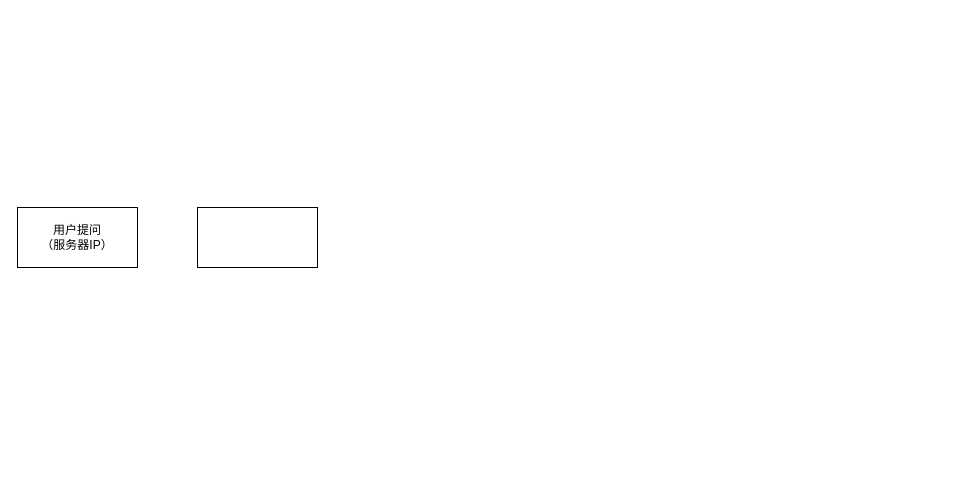
Earlier version of the draw.io diagram zabbix+dify.drawio (jacksonyi0/DockerTarBuilder). Source tidied: cells renumbered, new cells numbered last; positions are measured from the earlier drawing's top-left corner, leaving out a move shared by most shapes. Both pictures are drawn from the tidied source at 100%, with x=0, y=0 at pixel (17, 207).
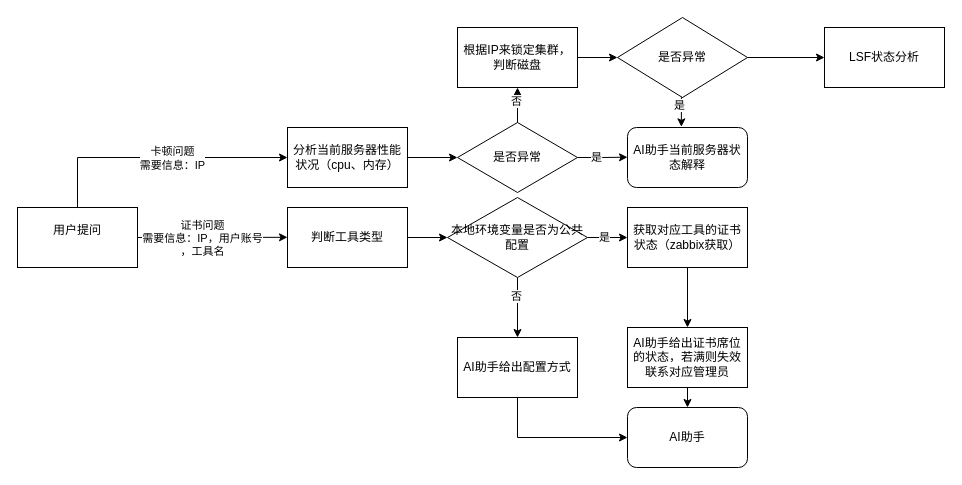
The same page after the edit.

Change to the diagram source:
```diff
@@
+    <mxCell id="4" style="edgeStyle=orthogonalEdgeStyle;rounded=0;jettySize=auto;html=1;exitX=0.5;exitY=0;exitDx=0;exitDy=0;entryX=0;entryY=0.5;entryDx=0;entryDy=0;" parent="1" edge="1" source="2" target="9">
+      <mxGeometry relative="1" as="geometry" />
+    </mxCell>
+    <mxCell id="5" value="卡顿问题&lt;div&gt;需要信息：IP&lt;/div&gt;" style="edgeLabel;html=1;align=center;verticalAlign=middle;" parent="4" vertex="1">
+      <mxGeometry x="0.11" relative="1" as="geometry" />
+    </mxCell>
+    <mxCell id="6" style="edgeStyle=orthogonalEdgeStyle;rounded=0;jettySize=auto;html=1;exitX=1;exitY=0.5;exitDx=0;exitDy=0;" parent="1" edge="1" source="2">
+      <mxGeometry relative="1" as="geometry">
+        <mxPoint x="270" y="29.8" as="targetPoint" />
+      </mxGeometry>
+    </mxCell>
+    <mxCell id="7" value="证书问题&lt;div&gt;需要信息：IP，用户账号&lt;/div&gt;&lt;div&gt;，工具名&lt;/div&gt;" style="edgeLabel;html=1;align=center;verticalAlign=middle;" parent="6" vertex="1">
+      <mxGeometry x="-0.15" relative="1" as="geometry" />
+    </mxCell>
-    <mxCell id="2" value="用户提问&lt;div&gt;（服务器IP）&lt;/div&gt;" style="rounded=0;whiteSpace=wrap;html=1;" parent="1" vertex="1">
+    <mxCell id="2" value="用户提问&lt;div&gt;&lt;br&gt;&lt;/div&gt;" style="rounded=0;whiteSpace=wrap;html=1;" parent="1" vertex="1">
       <mxGeometry width="120" height="60" as="geometry" />
     </mxCell>
-    <mxCell id="3" style="rounded=0;whiteSpace=wrap;html=1;" parent="1" vertex="1">
-      <mxGeometry x="180" width="120" height="60" as="geometry" />
-    </mxCell>
+    <mxCell id="8" style="edgeStyle=orthogonalEdgeStyle;rounded=0;jettySize=auto;html=1;exitX=1;exitY=0.5;exitDx=0;exitDy=0;entryX=0;entryY=0.5;entryDx=0;entryDy=0;" parent="1" edge="1" source="9" target="30">
+      <mxGeometry relative="1" as="geometry" />
+    </mxCell>
+    <mxCell id="9" value="分析当前服务器性能状况（cpu、内存）" style="rounded=0;whiteSpace=wrap;html=1;" parent="1" vertex="1">
+      <mxGeometry x="270" y="-80" width="120" height="60" as="geometry" />
+    </mxCell>
+    <mxCell id="10" style="edgeStyle=orthogonalEdgeStyle;rounded=0;jettySize=auto;html=1;exitX=1;exitY=0.5;exitDx=0;exitDy=0;entryX=0;entryY=0.5;entryDx=0;entryDy=0;" parent="1" edge="1" source="11" target="23">
+      <mxGeometry relative="1" as="geometry" />
+    </mxCell>
+    <mxCell id="11" value="判断工具类型" style="rounded=0;whiteSpace=wrap;html=1;" parent="1" vertex="1">
+      <mxGeometry x="270" width="120" height="60" as="geometry" />
+    </mxCell>
+    <mxCell id="12" style="edgeStyle=orthogonalEdgeStyle;rounded=0;jettySize=auto;html=1;exitX=0.5;exitY=1;exitDx=0;exitDy=0;entryX=0.5;entryY=0;entryDx=0;entryDy=0;" parent="1" edge="1" source="23" target="17">
+      <mxGeometry relative="1" as="geometry" />
+    </mxCell>
+    <mxCell id="13" value="否" style="edgeLabel;html=1;align=center;verticalAlign=middle;" parent="12" vertex="1">
+      <mxGeometry x="-0.4" y="-2" relative="1" as="geometry" />
+    </mxCell>
+    <mxCell id="14" style="edgeStyle=orthogonalEdgeStyle;rounded=0;jettySize=auto;html=1;exitX=0.5;exitY=1;exitDx=0;exitDy=0;entryX=0.5;entryY=0;entryDx=0;entryDy=0;" parent="1" edge="1" source="15" target="20">
+      <mxGeometry relative="1" as="geometry" />
+    </mxCell>
+    <mxCell id="15" value="获取对应工具的证书状态（zabbix获取）" style="rounded=0;whiteSpace=wrap;html=1;" parent="1" vertex="1">
+      <mxGeometry x="610" width="120" height="60" as="geometry" />
+    </mxCell>
+    <mxCell id="16" style="edgeStyle=orthogonalEdgeStyle;rounded=0;jettySize=auto;html=1;exitX=0.5;exitY=1;exitDx=0;exitDy=0;entryX=0;entryY=0.5;entryDx=0;entryDy=0;" parent="1" edge="1" source="17" target="18">
+      <mxGeometry relative="1" as="geometry" />
+    </mxCell>
+    <mxCell id="17" value="AI助手给出配置方式" style="rounded=0;whiteSpace=wrap;html=1;" parent="1" vertex="1">
+      <mxGeometry x="440" y="130" width="120" height="60" as="geometry" />
+    </mxCell>
+    <mxCell id="18" value="AI助手" style="rounded=1;whiteSpace=wrap;html=1;" parent="1" vertex="1">
+      <mxGeometry x="610" y="200" width="120" height="60" as="geometry" />
+    </mxCell>
+    <mxCell id="19" style="edgeStyle=orthogonalEdgeStyle;rounded=0;jettySize=auto;html=1;exitX=0.5;exitY=1;exitDx=0;exitDy=0;entryX=0.5;entryY=0;entryDx=0;entryDy=0;" parent="1" edge="1" source="20" target="18">
+      <mxGeometry relative="1" as="geometry" />
+    </mxCell>
+    <mxCell id="20" value="AI助手给出证书席位的状态，若满则失效联系对应管理员" style="rounded=0;whiteSpace=wrap;html=1;" parent="1" vertex="1">
+      <mxGeometry x="610" y="120" width="120" height="60" as="geometry" />
+    </mxCell>
+    <mxCell id="21" style="edgeStyle=orthogonalEdgeStyle;rounded=0;jettySize=auto;html=1;exitX=1;exitY=0.5;exitDx=0;exitDy=0;entryX=0;entryY=0.5;entryDx=0;entryDy=0;" parent="1" edge="1" source="23" target="15">
+      <mxGeometry relative="1" as="geometry" />
+    </mxCell>
+    <mxCell id="22" value="是" style="edgeLabel;html=1;align=center;verticalAlign=middle;" parent="21" vertex="1">
+      <mxGeometry x="-0.22" y="1" relative="1" as="geometry" />
+    </mxCell>
+    <mxCell id="23" value="本地环境变量是否为公共配置" style="rhombus;whiteSpace=wrap;html=1;" parent="1" vertex="1">
+      <mxGeometry x="430" y="-10" width="140" height="80" as="geometry" />
+    </mxCell>
+    <mxCell id="24" style="edgeStyle=orthogonalEdgeStyle;rounded=0;jettySize=auto;html=1;exitX=1;exitY=0.5;exitDx=0;exitDy=0;entryX=0;entryY=0.5;entryDx=0;entryDy=0;" parent="1" edge="1" source="25" target="33">
+      <mxGeometry relative="1" as="geometry" />
+    </mxCell>
+    <mxCell id="25" value="根据IP来锁定集群，判断磁盘" style="rounded=0;whiteSpace=wrap;html=1;" parent="1" vertex="1">
+      <mxGeometry x="440" y="-180" width="120" height="60" as="geometry" />
+    </mxCell>
+    <mxCell id="26" style="edgeStyle=orthogonalEdgeStyle;rounded=0;jettySize=auto;html=1;exitX=1;exitY=0.5;exitDx=0;exitDy=0;" parent="1" edge="1" source="30">
+      <mxGeometry relative="1" as="geometry">
+        <mxPoint x="610" y="-50.3" as="targetPoint" />
+      </mxGeometry>
+    </mxCell>
+    <mxCell id="27" value="是" style="edgeLabel;html=1;align=center;verticalAlign=middle;" parent="26" vertex="1">
+      <mxGeometry x="-0.29" y="1" relative="1" as="geometry" />
+    </mxCell>
+    <mxCell id="28" style="edgeStyle=orthogonalEdgeStyle;rounded=0;jettySize=auto;html=1;exitX=0.5;exitY=0;exitDx=0;exitDy=0;entryX=0.5;entryY=1;entryDx=0;entryDy=0;" parent="1" edge="1" source="30" target="25">
+      <mxGeometry relative="1" as="geometry" />
+    </mxCell>
+    <mxCell id="29" value="否" style="edgeLabel;html=1;align=center;verticalAlign=middle;" parent="28" vertex="1">
+      <mxGeometry x="0.24" y="2" relative="1" as="geometry" />
+    </mxCell>
+    <mxCell id="30" value="是否异常" style="rhombus;whiteSpace=wrap;html=1;" parent="1" vertex="1">
+      <mxGeometry x="440" y="-85" width="120" height="70" as="geometry" />
+    </mxCell>
+    <mxCell id="31" value="AI助手当前服务器状态解释" style="rounded=1;whiteSpace=wrap;html=1;" parent="1" vertex="1">
+      <mxGeometry x="610" y="-80" width="120" height="60" as="geometry" />
+    </mxCell>
+    <mxCell id="32" style="edgeStyle=orthogonalEdgeStyle;rounded=0;jettySize=auto;html=1;exitX=1;exitY=0.5;exitDx=0;exitDy=0;" parent="1" edge="1" source="33" target="36">
+      <mxGeometry relative="1" as="geometry" />
+    </mxCell>
+    <mxCell id="33" value="是否异常" style="rhombus;whiteSpace=wrap;html=1;" parent="1" vertex="1">
+      <mxGeometry x="600" y="-190" width="130" height="80" as="geometry" />
+    </mxCell>
+    <mxCell id="34" style="edgeStyle=orthogonalEdgeStyle;rounded=0;jettySize=auto;html=1;exitX=0.5;exitY=1;exitDx=0;exitDy=0;entryX=0.449;entryY=-0.011;entryDx=0;entryDy=0;entryPerimeter=0;" parent="1" edge="1" source="33" target="31">
+      <mxGeometry relative="1" as="geometry" />
+    </mxCell>
+    <mxCell id="35" value="是" style="edgeLabel;html=1;align=center;verticalAlign=middle;" parent="34" vertex="1">
+      <mxGeometry x="-0.41" y="-2" relative="1" as="geometry" />
+    </mxCell>
+    <mxCell id="36" value="LSF状态分析" style="rounded=0;whiteSpace=wrap;html=1;" parent="1" vertex="1">
+      <mxGeometry x="807" y="-180" width="120" height="60" as="geometry" />
+    </mxCell>
```
